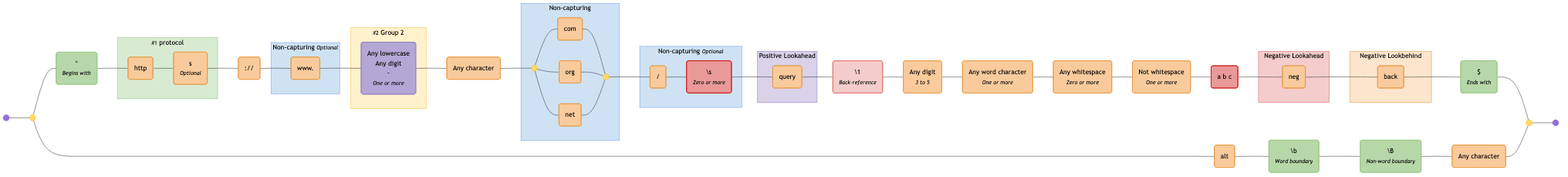
This is diagrams/all-tokens.mermaid-diagram.png from tayles/regex-to-mermaid, a Mermaid export, as it was before one commit. Its source is kept beside it as diagrams/all-tokens.mermaid. Its diagram source:
```mermaid
graph LR
  accTitle: "Regex: ^(?<protocol>https?):\\/\\/(?:www\\.)?([a-z0-9\\-]+)\\.(?:com|org|net)(?:\\/[^\\s]*)?(?=query)\\1\\d{3,5}\\w+\\s*\\S+[^abc](?!neg)(?<!back)$|alt\\b\\B."
  accDescr: "Generated with regex-to-mermaid@1.0.3"

  start@{ shape: f-circ };
  fin@{ shape: f-circ };
  disjunction_begin_1:::disjunction@{ shape: f-circ };
  disjunction_end_1:::disjunction@{ shape: f-circ };
  assertion_1("^<br><i><small>Begins with</small></i>"):::assertion;
  literal_1("http"):::literal;
  literal_2("s<br><i><small>Optional</small></i>"):::literal;
  literal_3("://"):::literal;
  literal_4("www."):::literal;
  char_class_1("Any lowercase<br>Any digit<br>-<br><i><small>One or more</small></i>"):::char-class;
  literal_5("Any character"):::literal;
  disjunction_begin_2:::disjunction@{ shape: f-circ };
  disjunction_end_2:::disjunction@{ shape: f-circ };
  literal_6("com"):::literal;
  literal_7("org"):::literal;
  literal_8("net"):::literal;
  literal_9("/"):::literal;
  negated_char_class_1("\s<br><i><small>Zero or more</small></i>"):::negated-char-class;
  literal_10("query"):::literal;
  back_reference_1("\1<br><i><small>Back-reference</small></i>"):::back-reference;
  literal_11("Any digit<br><i><small>3 to 5</small></i>"):::literal;
  literal_12("Any word character<br><i><small>One or more</small></i>"):::literal;
  literal_13("Any whitespace<br><i><small>Zero or more</small></i>"):::literal;
  literal_14("Not whitespace<br><i><small>One or more</small></i>"):::literal;
  negated_char_class_2("a b c"):::negated-char-class;
  literal_15("neg"):::literal;
  literal_16("back"):::literal;
  assertion_2("$<br><i><small>Ends with</small></i>"):::assertion;
  literal_17("alt"):::literal;
  assertion_3("\b<br><i><small>Word boundary</small></i>"):::assertion;
  assertion_4("\B<br><i><small>Non-word boundary</small></i>"):::assertion;
  literal_18("Any character"):::literal;

  subgraph named_capture_1 ["<small>#1</small> protocol"]
    literal_1
    literal_2
  end

  subgraph non_capturing_1 ["Non-capturing <small><i>Optional</i></small>"]
    literal_4
  end

  subgraph standard_1 ["<small>#2</small> Group 2"]
    char_class_1
  end

  subgraph non_capturing_2 ["Non-capturing"]
    disjunction_begin_2
    disjunction_end_2
    literal_6
    literal_7
    literal_8
  end

  subgraph non_capturing_3 ["Non-capturing <small><i>Optional</i></small>"]
    literal_9
    negated_char_class_1
  end

  subgraph positive_lookahead_1 ["Positive Lookahead"]
    literal_10
  end

  subgraph negative_lookahead_1 ["Negative Lookahead"]
    literal_15
  end

  subgraph negative_lookbehind_1 ["Negative Lookbehind"]
    literal_16
  end

  start --- disjunction_begin_1;
  disjunction_begin_1 --- assertion_1;
  assertion_1 --- literal_1;
  literal_1 --- literal_2;
  literal_2 --- literal_3;
  literal_3 --- literal_4;
  literal_4 --- char_class_1;
  char_class_1 --- literal_5;
  literal_5 --- disjunction_begin_2;
  disjunction_begin_2 --- literal_6;
  literal_6 --- disjunction_end_2;
  disjunction_begin_2 --- literal_7;
  literal_7 --- disjunction_end_2;
  disjunction_begin_2 --- literal_8;
  literal_8 --- disjunction_end_2;
  disjunction_end_2 --- literal_9;
  literal_9 --- negated_char_class_1;
  negated_char_class_1 --- literal_10;
  literal_10 --- back_reference_1;
  back_reference_1 --- literal_11;
  literal_11 --- literal_12;
  literal_12 --- literal_13;
  literal_13 --- literal_14;
  literal_14 --- negated_char_class_2;
  negated_char_class_2 --- literal_15;
  literal_15 --- literal_16;
  literal_16 --- assertion_2;
  assertion_2 --- disjunction_end_1;
  disjunction_begin_1 --- literal_17;
  literal_17 --- assertion_3;
  assertion_3 --- assertion_4;
  assertion_4 --- literal_18;
  literal_18 --- disjunction_end_1;
  disjunction_end_1 --- fin;

  classDef disjunction fill:#FFD966,stroke:#F1C232,color:#000000;
  classDef assertion fill:#B6D7A8,stroke:#93C47D,color:#000000;
  classDef literal fill:#F9CB9C,stroke:#E69138,color:#000000;
  classDef char-class fill:#B4A7D6,stroke:#8E7CC3,color:#000000;
  classDef negated-char-class fill:#EA9999,stroke:#CC0000,color:#000000;
  classDef back-reference fill:#F4CCCC,stroke:#E06666,color:#000000;

  classDef named-capture fill:#D9EAD3,stroke:#93C47D,color:#000000;
  classDef non-capturing fill:#CFE2F3,stroke:#6D9EEB,color:#000000;
  classDef standard fill:#FFF2CC,stroke:#F1C232,color:#000000;
  classDef positive-lookahead fill:#D9D2E9,stroke:#8E7CC3,color:#000000;
  classDef negative-lookahead fill:#F4CCCC,stroke:#E06666,color:#000000;
  classDef negative-lookbehind fill:#FCE5CD,stroke:#E69138,color:#000000;

  class named_capture_1 named-capture;
  class non_capturing_1,non_capturing_2,non_capturing_3 non-capturing;
  class standard_1 standard;
  class positive_lookahead_1 positive-lookahead;
  class negative_lookahead_1 negative-lookahead;
  class negative_lookbehind_1 negative-lookbehind;
```
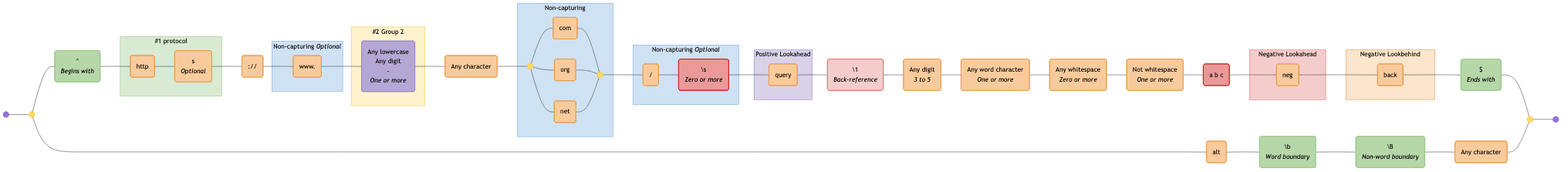
The same file after the commit.

What changed in the source:
```diff
@@ -6,12 +6,12 @@
   fin@{ shape: f-circ };
   disjunction_begin_1:::disjunction@{ shape: f-circ };
   disjunction_end_1:::disjunction@{ shape: f-circ };
-  assertion_1("^<br><i><small>Begins with</small></i>"):::assertion;
+  assertion_1("^<br><i>Begins with</i>"):::assertion;
   literal_1("http"):::literal;
-  literal_2("s<br><i><small>Optional</small></i>"):::literal;
+  literal_2("s<br><i>Optional</i>"):::literal;
   literal_3("://"):::literal;
   literal_4("www."):::literal;
-  char_class_1("Any lowercase<br>Any digit<br>-<br><i><small>One or more</small></i>"):::char-class;
+  char_class_1("Any lowercase<br>Any digit<br>-<br><i>One or more</i>"):::char-class;
   literal_5("Any character"):::literal;
   disjunction_begin_2:::disjunction@{ shape: f-circ };
   disjunction_end_2:::disjunction@{ shape: f-circ };
@@ -19,32 +19,32 @@
   literal_7("org"):::literal;
   literal_8("net"):::literal;
   literal_9("/"):::literal;
-  negated_char_class_1("\s<br><i><small>Zero or more</small></i>"):::negated-char-class;
+  negated_char_class_1("\s<br><i>Zero or more</i>"):::negated-char-class;
   literal_10("query"):::literal;
-  back_reference_1("\1<br><i><small>Back-reference</small></i>"):::back-reference;
-  literal_11("Any digit<br><i><small>3 to 5</small></i>"):::literal;
-  literal_12("Any word character<br><i><small>One or more</small></i>"):::literal;
-  literal_13("Any whitespace<br><i><small>Zero or more</small></i>"):::literal;
-  literal_14("Not whitespace<br><i><small>One or more</small></i>"):::literal;
+  back_reference_1("\1<br><i>Back-reference</i>"):::back-reference;
+  literal_11("Any digit<br><i>3 to 5</i>"):::literal;
+  literal_12("Any word character<br><i>One or more</i>"):::literal;
+  literal_13("Any whitespace<br><i>Zero or more</i>"):::literal;
+  literal_14("Not whitespace<br><i>One or more</i>"):::literal;
   negated_char_class_2("a b c"):::negated-char-class;
   literal_15("neg"):::literal;
   literal_16("back"):::literal;
-  assertion_2("$<br><i><small>Ends with</small></i>"):::assertion;
+  assertion_2("$<br><i>Ends with</i>"):::assertion;
   literal_17("alt"):::literal;
-  assertion_3("\b<br><i><small>Word boundary</small></i>"):::assertion;
-  assertion_4("\B<br><i><small>Non-word boundary</small></i>"):::assertion;
+  assertion_3("\b<br><i>Word boundary</i>"):::assertion;
+  assertion_4("\B<br><i>Non-word boundary</i>"):::assertion;
   literal_18("Any character"):::literal;
 
-  subgraph named_capture_1 ["<small>#1</small> protocol"]
+  subgraph named_capture_1 ["#1 protocol"]
     literal_1
     literal_2
   end
 
-  subgraph non_capturing_1 ["Non-capturing <small><i>Optional</i></small>"]
+  subgraph non_capturing_1 ["Non-capturing <i>Optional</i>"]
     literal_4
   end
 
-  subgraph standard_1 ["<small>#2</small> Group 2"]
+  subgraph standard_1 ["#2 Group 2"]
     char_class_1
   end
 
@@ -56,7 +56,7 @@
     literal_8
   end
 
-  subgraph non_capturing_3 ["Non-capturing <small><i>Optional</i></small>"]
+  subgraph non_capturing_3 ["Non-capturing <i>Optional</i>"]
     literal_9
     negated_char_class_1
   end
```
